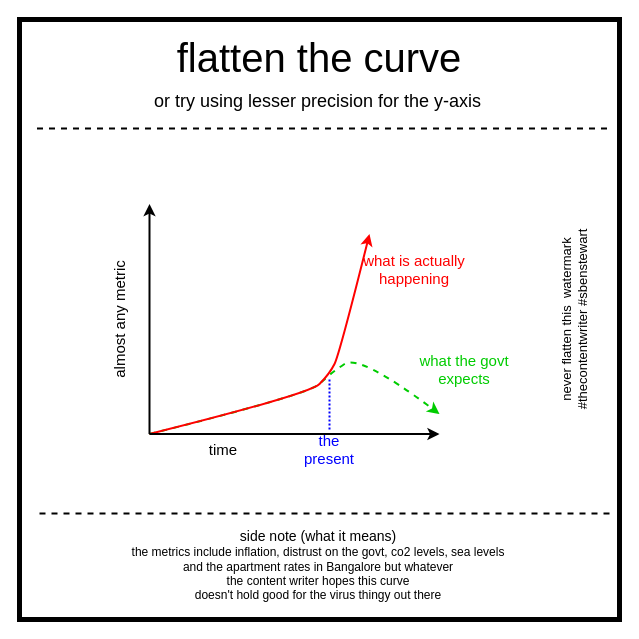
sbenstewart/the-content-writer keeps this draw.io diagram as the-content/flatten-the-curve/flatten-the-curve.drawio. Above is the earlier version. Source tidied: cells renumbered, new cells numbered last; positions are measured from the earlier drawing's top-left corner, leaving out a move shared by most shapes. Both pictures are drawn from the tidied source at 100%, with x=0, y=0 at pixel (17, 19).
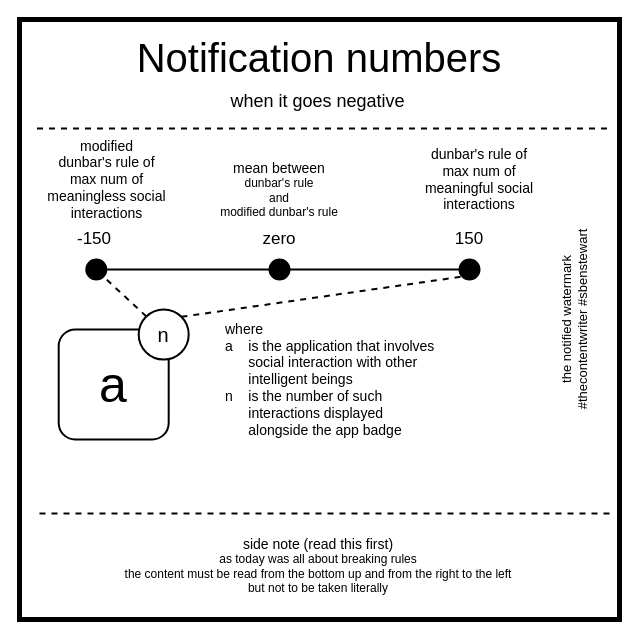
Above is the later version.

Commit message (it also covers changes not shown here):
notification number

What changed in the source:
```diff
@@
-    <mxCell id="3" value="&lt;font&gt;&lt;span style=&quot;font-size: 40px&quot;&gt;flatten the curve&lt;/span&gt;&lt;br&gt;&lt;/font&gt;" style="text;html=1;strokeColor=none;fillColor=none;align=center;verticalAlign=middle;whiteSpace=wrap;rounded=0;fontFamily=xkcd;" parent="1" vertex="1">
+    <mxCell id="3" value="&lt;font&gt;&lt;span style=&quot;font-size: 40px&quot;&gt;Notification numbers&lt;/span&gt;&lt;br&gt;&lt;/font&gt;" style="text;html=1;strokeColor=none;fillColor=none;align=center;verticalAlign=middle;whiteSpace=wrap;rounded=0;fontFamily=xkcd;" parent="1" vertex="1">
       <mxGeometry x="17" y="28" width="570" height="20" as="geometry" />
     </mxCell>
-    <mxCell id="4" value="&lt;font&gt;&lt;span style=&quot;font-size: 18px&quot;&gt;or try using lesser precision for the y-axis&lt;/span&gt;&lt;br&gt;&lt;/font&gt;" style="text;html=1;strokeColor=none;fillColor=none;align=center;verticalAlign=middle;whiteSpace=wrap;rounded=0;fontFamily=xkcd;" parent="1" vertex="1">
+    <mxCell id="4" value="&lt;font&gt;&lt;span style=&quot;font-size: 18px&quot;&gt;when it goes negative&lt;/span&gt;&lt;br&gt;&lt;/font&gt;" style="text;html=1;strokeColor=none;fillColor=none;align=center;verticalAlign=middle;whiteSpace=wrap;rounded=0;fontFamily=xkcd;" parent="1" vertex="1">
       <mxGeometry x="41.2" y="72" width="518.5" height="20" as="geometry" />
     </mxCell>
@@
-    <mxCell id="7" value="&lt;font&gt;&lt;span style=&quot;font-size: 14px&quot;&gt;side note (what it means)&lt;/span&gt;&lt;br&gt;the metrics include inflation, distrust on the govt, co2 levels, sea levels&lt;br&gt;and the apartment rates in Bangalore but whatever&lt;br&gt;the content writer hopes this curve &lt;br&gt;doesn't hold good for the virus thingy out there&lt;br&gt;&lt;/font&gt;" style="text;html=1;strokeColor=none;fillColor=none;align=center;verticalAlign=middle;whiteSpace=wrap;rounded=0;fontFamily=xkcd;" parent="1" vertex="1">
+    <mxCell id="7" value="&lt;font&gt;&lt;span style=&quot;font-size: 14px&quot;&gt;side note (read this first)&lt;/span&gt;&lt;br&gt;as today was all about breaking rules&lt;br&gt;the content must be read from the bottom up and from the right to the left&lt;br&gt;but not to be taken literally&lt;br&gt;&lt;/font&gt;" style="text;html=1;strokeColor=none;fillColor=none;align=center;verticalAlign=middle;whiteSpace=wrap;rounded=0;fontFamily=xkcd;" parent="1" vertex="1">
       <mxGeometry x="0.5" y="506" width="600" height="80" as="geometry" />
     </mxCell>
@@
-    <mxCell id="9" value="&lt;font style=&quot;font-size: 13px&quot;&gt;&lt;font style=&quot;font-size: 13px&quot;&gt;never flatten this&amp;nbsp; watermark&lt;br&gt;&lt;/font&gt;#thecontentwriter #sbenstewart&lt;br&gt;&lt;/font&gt;" style="text;html=1;strokeColor=none;fillColor=none;align=center;verticalAlign=middle;whiteSpace=wrap;rounded=0;rotation=-90;fontFamily=xkcd;" parent="1" vertex="1">
+    <mxCell id="9" value="&lt;font style=&quot;font-size: 13px&quot;&gt;&lt;font style=&quot;font-size: 13px&quot;&gt;the notified watermark&lt;br&gt;&lt;/font&gt;#thecontentwriter #sbenstewart&lt;br&gt;&lt;/font&gt;" style="text;html=1;strokeColor=none;fillColor=none;align=center;verticalAlign=middle;whiteSpace=wrap;rounded=0;rotation=-90;fontFamily=xkcd;" parent="1" vertex="1">
       <mxGeometry x="397" y="290" width="320" height="20" as="geometry" />
     </mxCell>
-    <mxCell id="10" style="curved=1;endArrow=classic;html=1;strokeWidth=2;dashed=1;fontColor=#00CC00;strokeColor=#00CC00;" parent="1" edge="1">
-      <mxGeometry relative="1" as="geometry">
-        <mxPoint x="132" y="414.5" as="sourcePoint" />
-        <mxPoint x="422" y="394.5" as="targetPoint" />
-        <Array as="points">
-          <mxPoint x="292" y="374.5" />
-          <mxPoint x="312" y="354.5" />
-          <mxPoint x="342" y="334.5" />
-        </Array>
-      </mxGeometry>
-    </mxCell>
-    <mxCell id="11" value="&lt;font style=&quot;font-size: 15px&quot;&gt;time&lt;/font&gt;" style="text;html=1;strokeColor=none;fillColor=none;align=center;verticalAlign=middle;whiteSpace=wrap;rounded=0;fontFamily=xkcd;" parent="1" vertex="1">
-      <mxGeometry x="186" y="420" width="40" height="20" as="geometry" />
-    </mxCell>
-    <mxCell id="12" value="&lt;font style=&quot;font-size: 15px&quot; color=&quot;#ff0000&quot;&gt;what is actually happening&lt;/font&gt;" style="text;html=1;strokeColor=none;fillColor=none;align=center;verticalAlign=middle;whiteSpace=wrap;rounded=0;fontFamily=xkcd;" parent="1" vertex="1">
-      <mxGeometry x="332" y="240" width="130" height="20" as="geometry" />
-    </mxCell>
-    <mxCell id="13" value="&lt;font style=&quot;font-size: 15px&quot;&gt;what the govt expects&lt;/font&gt;" style="text;html=1;strokeColor=none;fillColor=none;align=center;verticalAlign=middle;whiteSpace=wrap;rounded=0;fontFamily=xkcd;fontColor=#00CC00;" parent="1" vertex="1">
-      <mxGeometry x="382" y="340" width="130" height="20" as="geometry" />
-    </mxCell>
-    <mxCell id="14" style="curved=1;endArrow=classic;html=1;strokeWidth=2;strokeColor=#FF0000;" parent="1" edge="1">
-      <mxGeometry relative="1" as="geometry">
-        <mxPoint x="132" y="414.5" as="sourcePoint" />
-        <mxPoint x="352" y="214.5" as="targetPoint" />
-        <Array as="points">
-          <mxPoint x="292" y="374.5" />
-          <mxPoint x="312" y="354.5" />
-          <mxPoint x="322" y="334.5" />
-        </Array>
-      </mxGeometry>
-    </mxCell>
-    <mxCell id="15" value="&lt;font style=&quot;font-size: 15px&quot;&gt;almost any metric&lt;/font&gt;" style="text;html=1;strokeColor=none;fillColor=none;align=center;verticalAlign=middle;whiteSpace=wrap;rounded=0;fontFamily=xkcd;rotation=-90;" parent="1" vertex="1">
-      <mxGeometry x="12" y="290" width="180" height="20" as="geometry" />
-    </mxCell>
-    <mxCell id="16" style="endArrow=none;dashed=1;html=1;strokeColor=#0000FF;strokeWidth=2;fontColor=#00CC00;dashPattern=1 1;" parent="1" edge="1">
-      <mxGeometry relative="1" as="geometry">
-        <mxPoint x="312" y="410" as="sourcePoint" />
-        <mxPoint x="312" y="360" as="targetPoint" />
-      </mxGeometry>
-    </mxCell>
-    <mxCell id="17" value="&lt;font style=&quot;font-size: 15px&quot; color=&quot;#0000ff&quot;&gt;the present&lt;/font&gt;" style="text;html=1;strokeColor=none;fillColor=none;align=center;verticalAlign=middle;whiteSpace=wrap;rounded=0;fontFamily=xkcd;" parent="1" vertex="1">
-      <mxGeometry x="292" y="420" width="40" height="20" as="geometry" />
-    </mxCell>
-    <mxCell id="18" style="endArrow=classic;html=1;strokeWidth=2;" parent="1" edge="1">
-      <mxGeometry relative="1" as="geometry">
-        <mxPoint x="132" y="414.5" as="sourcePoint" />
-        <mxPoint x="422" y="414.5" as="targetPoint" />
-      </mxGeometry>
-    </mxCell>
-    <mxCell id="19" style="endArrow=classic;html=1;strokeWidth=2;" parent="1" edge="1">
-      <mxGeometry relative="1" as="geometry">
-        <mxPoint x="132" y="414.5" as="sourcePoint" />
-        <mxPoint x="132" y="184.5" as="targetPoint" />
-      </mxGeometry>
-    </mxCell>
+    <mxCell id="20" value="&lt;font face=&quot;xkcd&quot; style=&quot;font-size: 50px&quot;&gt;a&lt;/font&gt;" style="whiteSpace=wrap;html=1;rounded=1;strokeWidth=2;" parent="1" vertex="1">
+      <mxGeometry x="41.2" y="310" width="110" height="110" as="geometry" />
+    </mxCell>
+    <mxCell id="21" value="&lt;font face=&quot;xkcd&quot; style=&quot;font-size: 20px&quot;&gt;n&lt;/font&gt;" style="ellipse;whiteSpace=wrap;html=1;rounded=1;strokeWidth=2;" parent="1" vertex="1">
+      <mxGeometry x="121.2" y="290" width="50" height="50" as="geometry" />
+    </mxCell>
+    <mxCell id="22" value="&lt;font style=&quot;font-size: 14px&quot;&gt;where&lt;br&gt;a&amp;nbsp; &amp;nbsp; is the application that involves&lt;br&gt;&amp;nbsp; &amp;nbsp; &amp;nbsp; social interaction with other&lt;br&gt;&amp;nbsp; &amp;nbsp; &amp;nbsp; intelligent beings&lt;br&gt;n&amp;nbsp; &amp;nbsp; is the number of such&lt;br&gt;&amp;nbsp; &amp;nbsp; &amp;nbsp; interactions displayed&lt;br&gt;&amp;nbsp; &amp;nbsp; &amp;nbsp; alongside the app badge&lt;/font&gt;" style="text;html=1;strokeColor=none;fillColor=none;align=left;verticalAlign=middle;whiteSpace=wrap;rounded=0;fontFamily=xkcd;" parent="1" vertex="1">
+      <mxGeometry x="206" y="290" width="290" height="140" as="geometry" />
+    </mxCell>
+    <mxCell id="23" style="endArrow=none;html=1;strokeWidth=2;fontFamily=xkcd;exitX=0;exitY=0;exitDx=0;exitDy=0;dashed=1;endFill=0;entryX=1;entryY=1;entryDx=0;entryDy=0;" parent="1" edge="1" source="21" target="25">
+      <mxGeometry relative="1" as="geometry" />
+    </mxCell>
+    <mxCell id="24" style="endArrow=none;html=1;strokeWidth=2;fontFamily=xkcd;exitX=1;exitY=0;exitDx=0;exitDy=0;dashed=1;endFill=0;entryX=0;entryY=1;entryDx=0;entryDy=0;" parent="1" edge="1" source="21" target="26">
+      <mxGeometry relative="1" as="geometry" />
+    </mxCell>
+    <mxCell id="25" style="ellipse;whiteSpace=wrap;html=1;rounded=1;strokeWidth=2;fontFamily=xkcd;fillColor=#000000;" parent="1" vertex="1">
+      <mxGeometry x="68.8" y="240" width="20" height="20" as="geometry" />
+    </mxCell>
+    <mxCell id="26" style="ellipse;whiteSpace=wrap;html=1;rounded=1;strokeWidth=2;fontFamily=xkcd;fillColor=#000000;" parent="1" vertex="1">
+      <mxGeometry x="442" y="240" width="20" height="20" as="geometry" />
+    </mxCell>
+    <mxCell id="27" style="endArrow=none;html=1;fontFamily=xkcd;strokeWidth=2;" parent="1" edge="1" source="28" target="26">
+      <mxGeometry relative="1" as="geometry" />
+    </mxCell>
+    <mxCell id="28" style="ellipse;whiteSpace=wrap;html=1;rounded=1;strokeWidth=2;fontFamily=xkcd;fillColor=#000000;" parent="1" vertex="1">
+      <mxGeometry x="252" y="240" width="20" height="20" as="geometry" />
+    </mxCell>
+    <mxCell id="29" style="endArrow=none;html=1;fontFamily=xkcd;strokeWidth=2;" parent="1" edge="1" source="25" target="28">
+      <mxGeometry relative="1" as="geometry" />
+    </mxCell>
+    <mxCell id="30" value="zero" style="text;html=1;strokeColor=none;fillColor=none;align=center;verticalAlign=middle;whiteSpace=wrap;rounded=0;fontFamily=xkcd;fontSize=17;" parent="1" vertex="1">
+      <mxGeometry x="242" y="210" width="40" height="20" as="geometry" />
+    </mxCell>
+    <mxCell id="31" value="150" style="text;html=1;strokeColor=none;fillColor=none;align=center;verticalAlign=middle;whiteSpace=wrap;rounded=0;fontFamily=xkcd;fontSize=17;" parent="1" vertex="1">
+      <mxGeometry x="432" y="210" width="40" height="20" as="geometry" />
+    </mxCell>
+    <mxCell id="32" value="-150" style="text;html=1;strokeColor=none;fillColor=none;align=center;verticalAlign=middle;whiteSpace=wrap;rounded=0;fontFamily=xkcd;fontSize=17;" parent="1" vertex="1">
+      <mxGeometry x="56.8" y="210" width="40" height="20" as="geometry" />
+    </mxCell>
+    <mxCell id="33" value="&lt;span style=&quot;font-size: 14px&quot;&gt;dunbar's rule of &lt;br&gt;max num of &lt;br&gt;meaningful social &lt;br&gt;interactions&lt;/span&gt;" style="text;html=1;strokeColor=none;fillColor=none;align=center;verticalAlign=middle;whiteSpace=wrap;rounded=0;fontFamily=xkcd;" parent="1" vertex="1">
+      <mxGeometry x="397" y="140" width="130" height="40" as="geometry" />
+    </mxCell>
+    <mxCell id="34" value="&lt;span style=&quot;font-size: 14px&quot;&gt;modified&lt;br&gt;dunbar's rule of &lt;br&gt;max num of &lt;br&gt;meaningless social &lt;br&gt;interactions&lt;/span&gt;" style="text;html=1;strokeColor=none;fillColor=none;align=center;verticalAlign=middle;whiteSpace=wrap;rounded=0;fontFamily=xkcd;" parent="1" vertex="1">
+      <mxGeometry x="17" y="140" width="145" height="40" as="geometry" />
+    </mxCell>
+    <mxCell id="35" value="&lt;span style=&quot;font-size: 14px&quot;&gt;mean between&lt;br&gt;&lt;/span&gt;dunbar's rule&lt;br&gt;and&lt;br&gt;modified dunbar's rule" style="text;html=1;strokeColor=none;fillColor=none;align=center;verticalAlign=middle;whiteSpace=wrap;rounded=0;fontFamily=xkcd;" parent="1" vertex="1">
+      <mxGeometry x="177" y="150" width="170" height="40" as="geometry" />
+    </mxCell>
```
